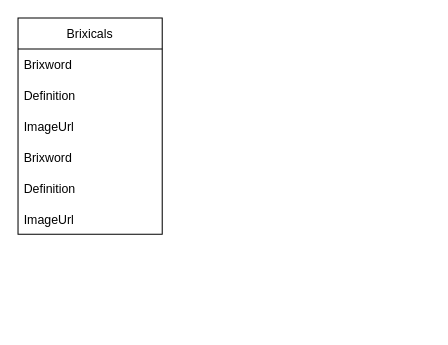
JeromeDaGnome/Brixicon keeps this draw.io diagram as static/Untitled Diagram.drawio. Above is the earlier version. Source tidied: cells renumbered, new cells numbered last; positions are measured from the earlier drawing's top-left corner, leaving out a move shared by most shapes. Both pictures are drawn from the tidied source at 103%, with x=0, y=0 at pixel (18, 18).
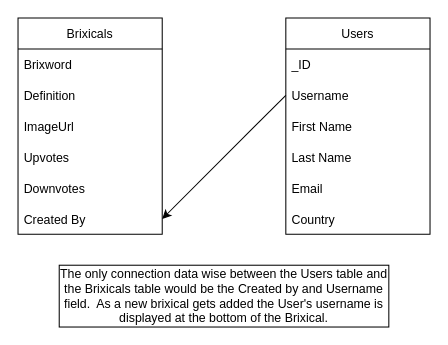
After the change.

Change to the diagram source:
```diff
@@
-    <mxCell id="9" value="Brixword" style="text;strokeColor=none;fillColor=none;align=left;verticalAlign=middle;spacingLeft=4;spacingRight=4;overflow=hidden;" parent="1" vertex="1">
+    <mxCell id="9" value="Upvotes" style="text;strokeColor=none;fillColor=none;align=left;verticalAlign=middle;spacingLeft=4;spacingRight=4;overflow=hidden;" parent="1" vertex="1">
       <mxGeometry y="120" width="140" height="30" as="geometry" />
     </mxCell>
-    <mxCell id="10" value="Definition" style="text;strokeColor=none;fillColor=none;align=left;verticalAlign=middle;spacingLeft=4;spacingRight=4;overflow=hidden;" parent="1" vertex="1">
+    <mxCell id="10" value="Downvotes" style="text;strokeColor=none;fillColor=none;align=left;verticalAlign=middle;spacingLeft=4;spacingRight=4;overflow=hidden;" parent="1" vertex="1">
       <mxGeometry y="150" width="140" height="30" as="geometry" />
     </mxCell>
-    <mxCell id="11" value="ImageUrl" style="text;strokeColor=none;fillColor=none;align=left;verticalAlign=middle;spacingLeft=4;spacingRight=4;overflow=hidden;points=[[0,0.5],[1,0.5]];portConstraint=eastwest;" parent="1" vertex="1">
+    <mxCell id="11" value="Created By" style="text;strokeColor=none;fillColor=none;align=left;verticalAlign=middle;spacingLeft=4;spacingRight=4;overflow=hidden;points=[[0,0.5],[1,0.5]];portConstraint=eastwest;" parent="1" vertex="1">
       <mxGeometry y="180" width="140" height="30" as="geometry" />
     </mxCell>
+    <mxCell id="12" value="Users" style="swimlane;fontStyle=0;horizontal=1;startSize=30;" parent="1" vertex="1">
+      <mxGeometry x="260" width="140" height="210" as="geometry" />
+    </mxCell>
+    <mxCell id="13" value="_ID" style="text;strokeColor=none;fillColor=none;align=left;verticalAlign=middle;spacingLeft=4;spacingRight=4;overflow=hidden;" parent="12" vertex="1">
+      <mxGeometry y="30" width="140" height="30" as="geometry" />
+    </mxCell>
+    <mxCell id="14" value="Username" style="text;strokeColor=none;fillColor=none;align=left;verticalAlign=middle;spacingLeft=4;spacingRight=4;overflow=hidden;points=[[0,0.5],[1,0.5]];portConstraint=eastwest;" parent="12" vertex="1">
+      <mxGeometry y="60" width="140" height="30" as="geometry" />
+    </mxCell>
+    <mxCell id="15" value="First Name" style="text;strokeColor=none;fillColor=none;align=left;verticalAlign=middle;spacingLeft=4;spacingRight=4;overflow=hidden;" parent="12" vertex="1">
+      <mxGeometry y="90" width="140" height="30" as="geometry" />
+    </mxCell>
+    <mxCell id="16" style="text;strokeColor=none;fillColor=none;align=left;verticalAlign=middle;spacingLeft=4;spacingRight=4;overflow=hidden;" parent="12" vertex="1">
+      <mxGeometry y="120" width="140" height="30" as="geometry" />
+    </mxCell>
+    <mxCell id="17" style="text;strokeColor=none;fillColor=none;align=left;verticalAlign=middle;spacingLeft=4;spacingRight=4;overflow=hidden;" parent="12" vertex="1">
+      <mxGeometry y="150" width="140" height="30" as="geometry" />
+    </mxCell>
+    <mxCell id="18" style="text;strokeColor=none;fillColor=none;align=left;verticalAlign=middle;spacingLeft=4;spacingRight=4;overflow=hidden;" parent="12" vertex="1">
+      <mxGeometry y="180" width="140" height="30" as="geometry" />
+    </mxCell>
+    <mxCell id="19" value="Last Name" style="text;strokeColor=none;fillColor=none;align=left;verticalAlign=middle;spacingLeft=4;spacingRight=4;overflow=hidden;" parent="1" vertex="1">
+      <mxGeometry x="260" y="120" width="140" height="30" as="geometry" />
+    </mxCell>
+    <mxCell id="20" value="Email" style="text;strokeColor=none;fillColor=none;align=left;verticalAlign=middle;spacingLeft=4;spacingRight=4;overflow=hidden;" parent="1" vertex="1">
+      <mxGeometry x="260" y="150" width="140" height="30" as="geometry" />
+    </mxCell>
+    <mxCell id="21" value="Country" style="text;strokeColor=none;fillColor=none;align=left;verticalAlign=middle;spacingLeft=4;spacingRight=4;overflow=hidden;" parent="1" vertex="1">
+      <mxGeometry x="260" y="180" width="140" height="30" as="geometry" />
+    </mxCell>
+    <mxCell id="22" style="edgeStyle=none;rounded=0;jettySize=auto;html=1;exitX=0;exitY=0.5;exitDx=0;exitDy=0;entryX=1;entryY=0.5;entryDx=0;entryDy=0;" parent="1" edge="1" source="14" target="11">
+      <mxGeometry relative="1" as="geometry" />
+    </mxCell>
+    <mxCell id="23" value="The only connection data wise between the Users table and the Brixicals table would be the Created by and Username field.&amp;nbsp; As a new brixical gets added the User's username is displayed at the bottom of the Brixical." style="rounded=0;whiteSpace=wrap;html=1;" parent="1" vertex="1">
+      <mxGeometry x="40" y="240" width="320" height="60" as="geometry" />
+    </mxCell>
```
